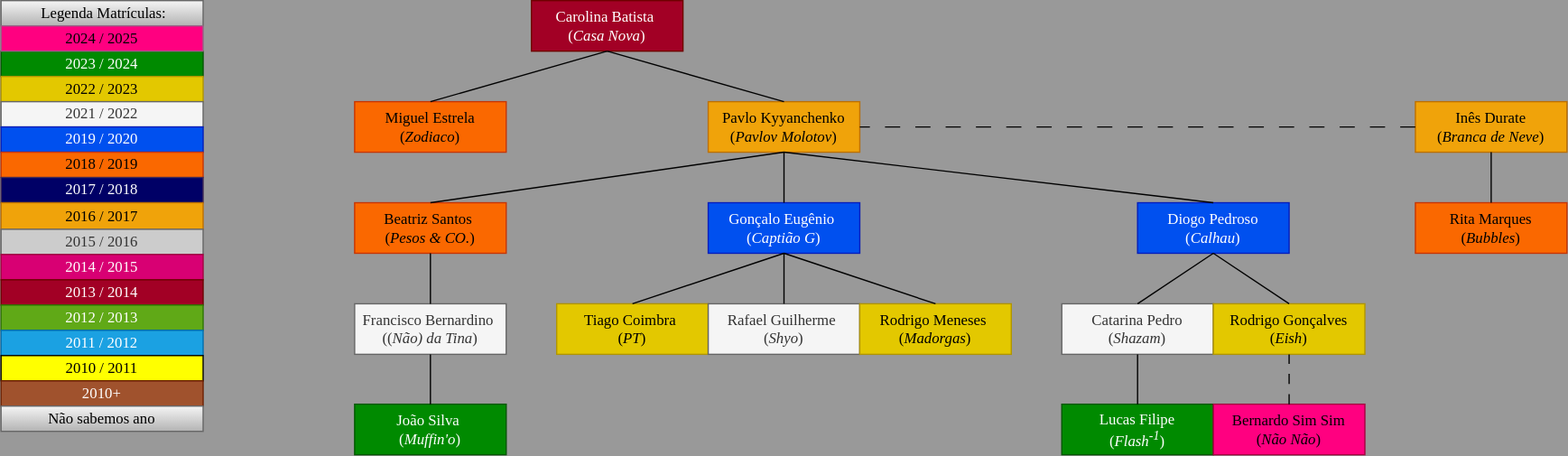
The draw.io diagram SVGs/Familia_da_Carolina_Batista.svg in pdmtmr/PDMTMRTESTLOCATION-AKA-ARBUSTO, before a commit. Source tidied: cells renumbered, new cells last; positions are measured from the earlier drawing's top-left corner, leaving out a move shared by most shapes.
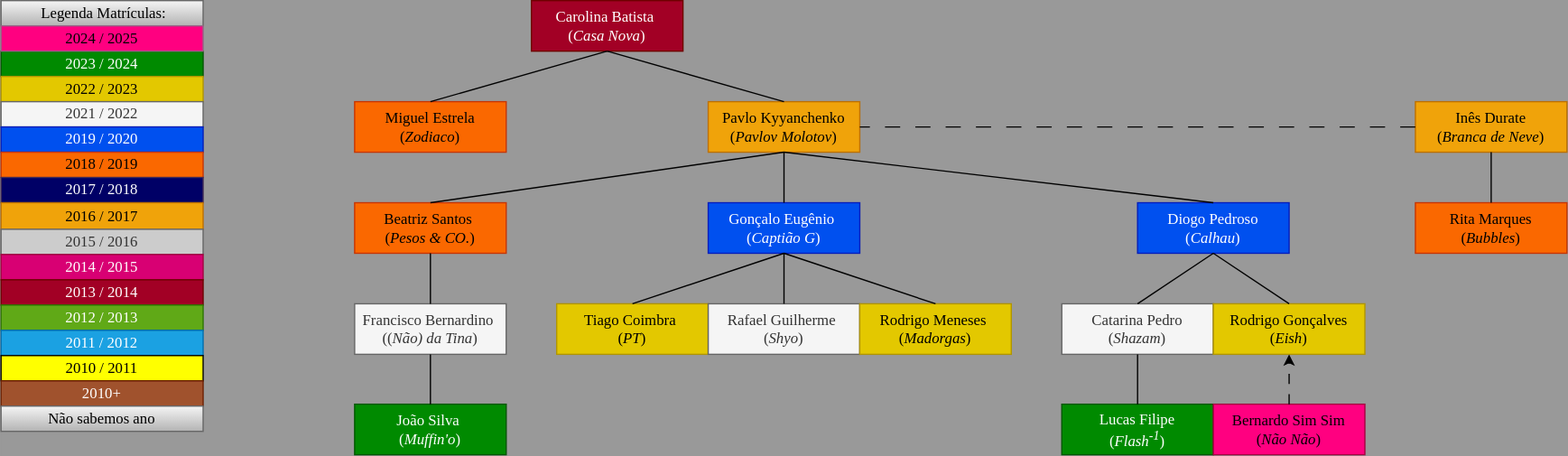
The same diagram one commit later.

Diff of the diagram source:
```diff
@@ -149,7 +149,7 @@
     <mxCell id="50" value="&lt;div&gt;&lt;/div&gt;&lt;div&gt;Bernardo Sim Sim&lt;br&gt;(&lt;i&gt;Não Não&lt;/i&gt;)&lt;/div&gt;" style="rounded=0;whiteSpace=wrap;html=1;fillColor=#FF0080;fontColor=#000000;strokeColor=#A50040;fontFamily=Times New Roman;" parent="1" vertex="1">
       <mxGeometry x="960" y="319.5" width="120" height="40" as="geometry" />
     </mxCell>
-    <mxCell id="51" style="endArrow=none;html=1;rounded=0;exitX=0.5;exitY=0;exitDx=0;exitDy=0;dashed=1;dashPattern=8 8;entryX=0.5;entryY=1;entryDx=0;entryDy=0;fontFamily=Times New Roman;" parent="1" edge="1" source="50" target="11">
+    <mxCell id="51" style="endArrow=classic;html=1;rounded=0;exitX=0.5;exitY=0;exitDx=0;exitDy=0;dashed=1;dashPattern=8 8;entryX=0.5;entryY=1;entryDx=0;entryDy=0;fontFamily=Times New Roman;endFill=1;" parent="1" edge="1" source="50" target="11">
       <mxGeometry relative="1" as="geometry" />
     </mxCell>
   </root>
```
